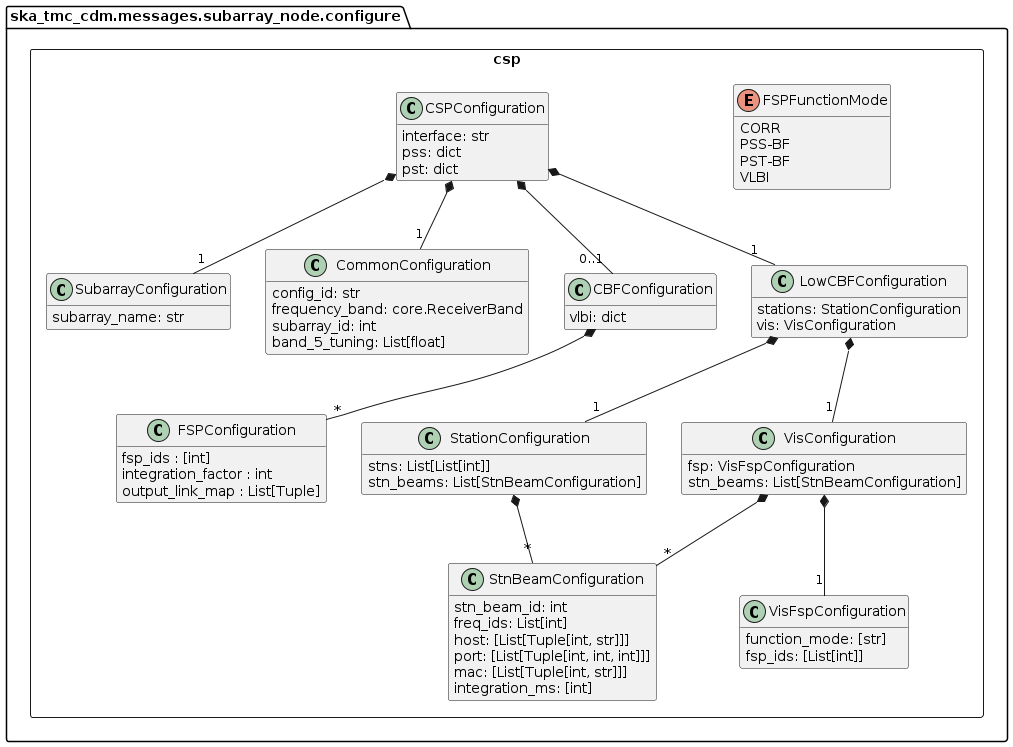
The PlantUML diagram docs/src/developer/subarraynode/csp.png in ska-telescope/cdm-shared-library, before a commit.
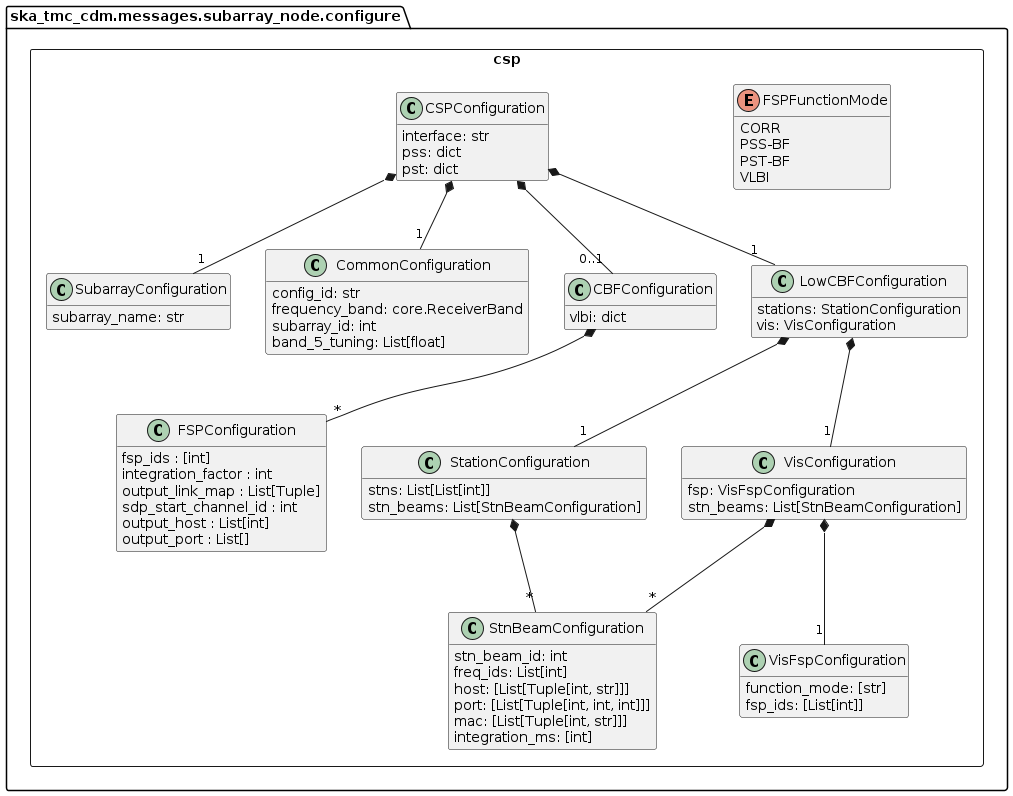
Later version of the same file.

Commit message:
STAR-558: Adding fields sdp_start_channel_id, output_host, output_port, tests are unresolved

The edit, as a diff of the source:
```diff
@@ -34,6 +34,9 @@
 			fsp_ids : [int]
 			integration_factor : int
 			output_link_map : List[Tuple]
+			sdp_start_channel_id : int
+			output_host : List[int]
+			output_port : List[]
 		}
 
 		class CSPConfiguration {
```
